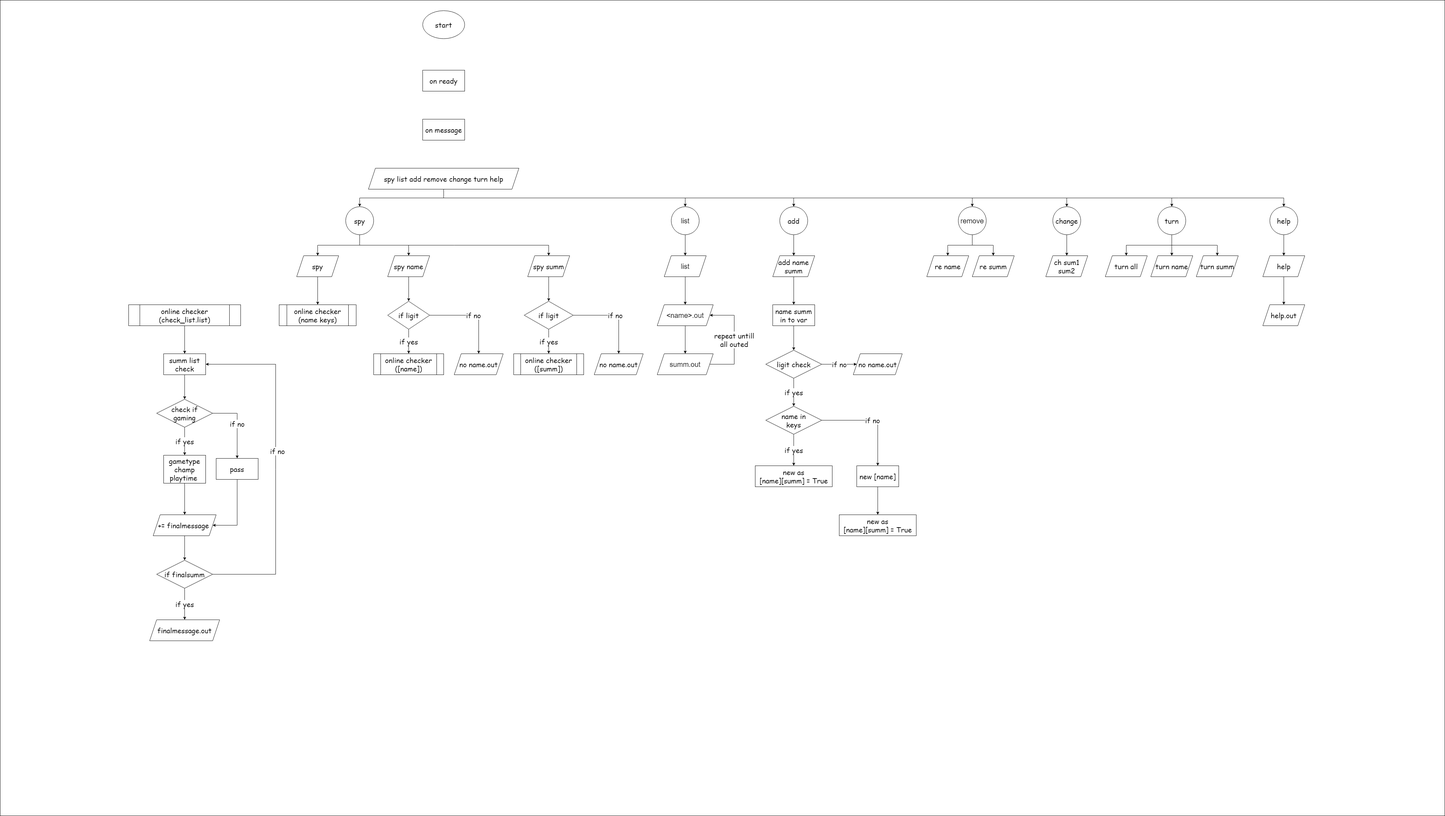
The draw.io diagram Project/Discord_Bot_LOL_online_checker/flowchart.png in KimbobHeaven/STUDY, before a commit. Source tidied: cells renumbered, new cells last; positions are measured from the earlier drawing's top-left corner, leaving out a move shared by most shapes.
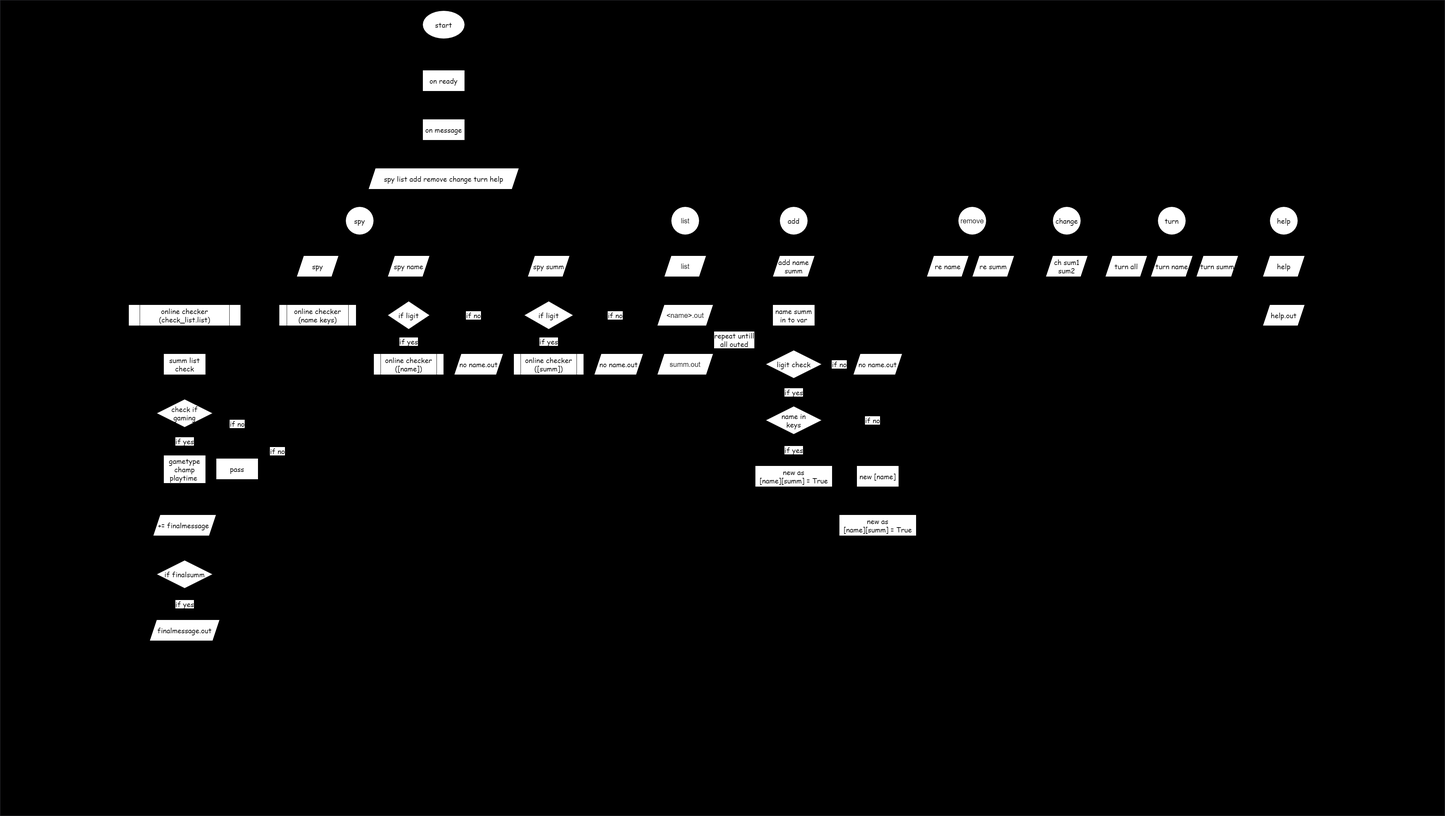
The same diagram one commit later.

Diff of the diagram source:
```diff
@@ -2,7 +2,7 @@
   <root>
     <mxCell id="0" />
     <mxCell id="1" parent="0" />
-    <mxCell id="2" style="rounded=0;whiteSpace=wrap;html=1;labelBackgroundColor=none;fontFamily=Comic Sans MS;fontSize=20;" parent="1" vertex="1">
+    <mxCell id="2" style="rounded=0;whiteSpace=wrap;html=1;labelBackgroundColor=none;fontFamily=Comic Sans MS;fontSize=20;strokeColor=#36393d;fillColor=#000000;" parent="1" vertex="1">
       <mxGeometry width="4127" height="2330" as="geometry" />
     </mxCell>
     <mxCell id="3" value="&lt;font style=&quot;font-size: 20px;&quot;&gt;start&lt;/font&gt;" style="ellipse;whiteSpace=wrap;html=1;fontSize=20;fontFamily=Comic Sans MS;fontStyle=0;labelBackgroundColor=none;" parent="1" vertex="1">
```
